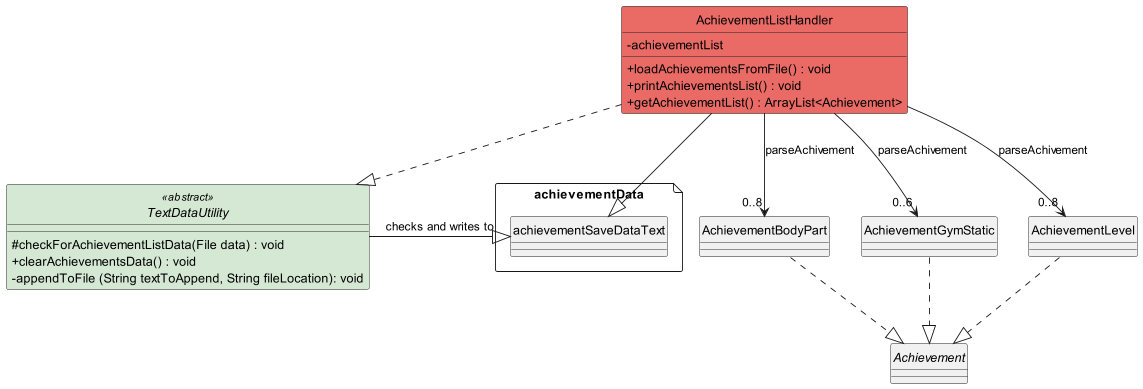
nus-cs2113-AY2223S2/tp keeps this PlantUML diagram as docs/UML/Images/AchievementHandling.png. Above is the earlier version.
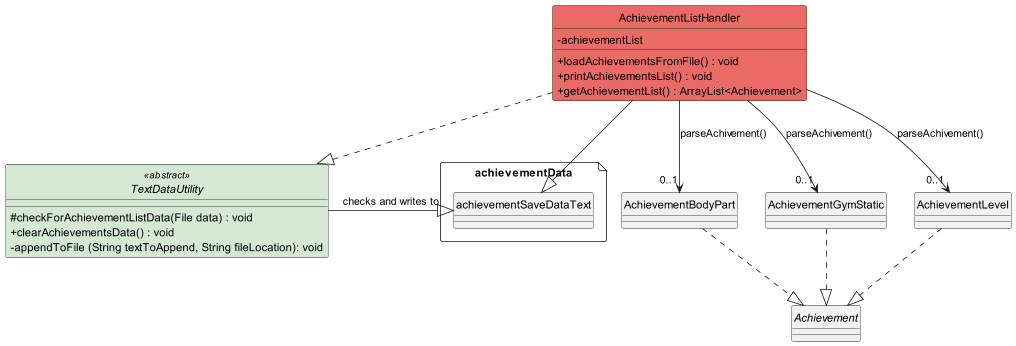
The same diagram one commit later.

What changed in the source:
```diff
@@ -36,9 +36,9 @@
 AchievementListHandler .d.|> TextDataUtility
 AchievementListHandler --|> achievementData.achievementSaveDataText
 achievementData.achievementSaveDataText <|-l- TextDataUtility : checks and writes to
-AchievementListHandler --> "0..8" AchievementLevel : parseAchivement
-AchievementListHandler --> "0..6" AchievementGymStatic : parseAchivement
-AchievementListHandler --> "0..8" AchievementBodyPart : parseAchivement
+AchievementListHandler --> "0..1" AchievementLevel : parseAchivement()
+AchievementListHandler --> "0..1" AchievementGymStatic : parseAchivement()
+AchievementListHandler --> "0..1" AchievementBodyPart : parseAchivement()
 
 AchievementLevel .d.|> Achievement
 AchievementGymStatic .d.|> Achievement
```
